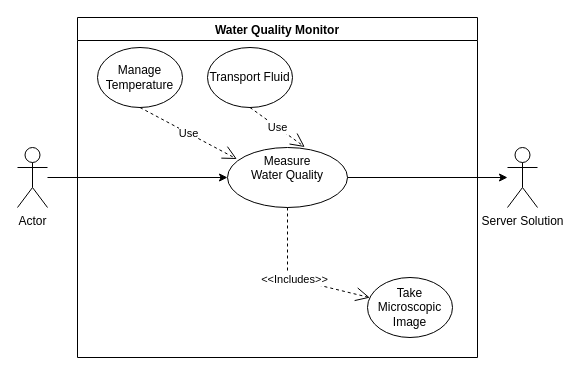
The draw.io diagram Documentation/Use Case Diagram.drawio in Casperdroid5/Water-Quality-Monitor, before the edit. Source tidied: cells renumbered, new cells numbered last; positions are measured from the earlier drawing's top-left corner, leaving out a move shared by most shapes. Both pictures are drawn from the tidied source at 100%, with x=0, y=0 at pixel (17, 17).
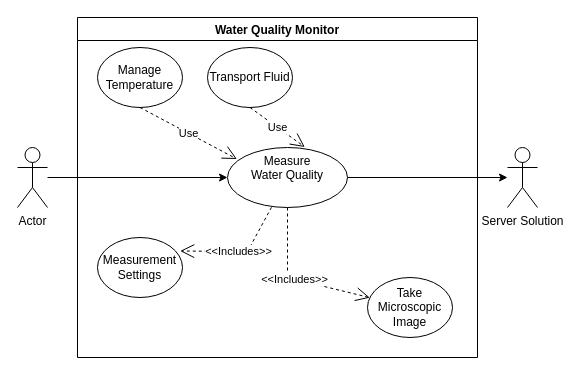
Above is the later version.

What changed in the source:
```diff
@@
 <mxGraphModel>
   <root>
     <mxCell id="0" />
     <mxCell id="1" parent="0" />
     <mxCell id="2" style="edgeStyle=orthogonalEdgeStyle;rounded=0;jettySize=auto;html=1;entryX=0;entryY=0.5;entryDx=0;entryDy=0;" parent="1" edge="1" source="3" target="5">
       <mxGeometry relative="1" as="geometry" />
     </mxCell>
     <mxCell id="3" value="Actor" style="shape=umlActor;verticalLabelPosition=bottom;verticalAlign=top;html=1;outlineConnect=0;" parent="1" vertex="1">
       <mxGeometry y="130" width="30" height="60" as="geometry" />
     </mxCell>
     <mxCell id="4" value="Water Quality Monitor" style="swimlane;" parent="1" vertex="1">
       <mxGeometry x="60" width="400" height="340" as="geometry" />
     </mxCell>
     <mxCell id="5" value="Measure&lt;br&gt;Water Quality" style="ellipse;whiteSpace=wrap;html=1;verticalAlign=top;" parent="4" vertex="1">
       <mxGeometry x="150" y="130" width="120" height="60" as="geometry" />
     </mxCell>
     <mxCell id="6" value="&amp;lt;&amp;lt;Includes&amp;gt;&amp;gt;" style="endArrow=open;endSize=12;dashed=1;html=1;rounded=0;exitX=0.5;exitY=1;exitDx=0;exitDy=0;" parent="4" edge="1" source="5" target="7">
       <mxGeometry relative="1" as="geometry">
         <Array as="points">
           <mxPoint x="210" y="260" />
         </Array>
       </mxGeometry>
     </mxCell>
     <mxCell id="7" value="Take Microscopic Image" style="ellipse;whiteSpace=wrap;html=1;" parent="4" vertex="1">
       <mxGeometry x="290" y="260" width="85" height="60" as="geometry" />
     </mxCell>
     <mxCell id="8" value="Use" style="endArrow=open;endSize=12;dashed=1;html=1;rounded=0;entryX=0.078;entryY=0.192;entryDx=0;entryDy=0;exitX=0.5;exitY=1;exitDx=0;exitDy=0;entryPerimeter=0;" parent="4" edge="1" source="9" target="5">
       <mxGeometry relative="1" as="geometry" />
     </mxCell>
     <mxCell id="9" value="Manage Temperature" style="ellipse;whiteSpace=wrap;html=1;" parent="4" vertex="1">
       <mxGeometry x="20" y="30" width="85" height="60" as="geometry" />
     </mxCell>
     <mxCell id="10" value="Transport Fluid" style="ellipse;whiteSpace=wrap;html=1;" parent="4" vertex="1">
       <mxGeometry x="130" y="30" width="85" height="60" as="geometry" />
     </mxCell>
     <mxCell id="11" value="Use" style="endArrow=open;endSize=12;dashed=1;html=1;rounded=0;exitX=0.5;exitY=1;exitDx=0;exitDy=0;entryX=0.644;entryY=-0.008;entryDx=0;entryDy=0;entryPerimeter=0;" parent="4" edge="1" source="10" target="5">
       <mxGeometry relative="1" as="geometry" />
     </mxCell>
+    <mxCell id="14" value="Measurement Settings" style="ellipse;whiteSpace=wrap;html=1;" parent="4" vertex="1">
+      <mxGeometry x="20" y="220" width="85" height="60" as="geometry" />
+    </mxCell>
+    <mxCell id="15" value="&amp;lt;&amp;lt;Includes&amp;gt;&amp;gt;" style="endArrow=open;endSize=12;dashed=1;html=1;rounded=0;exitX=0.5;exitY=1;exitDx=0;exitDy=0;entryX=0.973;entryY=0.225;entryDx=0;entryDy=0;entryPerimeter=0;" parent="4" edge="1" target="14">
+      <mxGeometry relative="1" as="geometry">
+        <mxPoint x="194" y="189.8" as="sourcePoint" />
+        <Array as="points">
+          <mxPoint x="170" y="234" />
+        </Array>
+      </mxGeometry>
+    </mxCell>
     <mxCell id="12" value="Server Solution" style="shape=umlActor;verticalLabelPosition=bottom;verticalAlign=top;html=1;outlineConnect=0;" parent="1" vertex="1">
       <mxGeometry x="490" y="130" width="30" height="60" as="geometry" />
     </mxCell>
     <mxCell id="13" style="edgeStyle=orthogonalEdgeStyle;rounded=0;jettySize=auto;html=1;" parent="1" edge="1" source="5" target="12">
       <mxGeometry relative="1" as="geometry" />
     </mxCell>
   </root>
 </mxGraphModel>
```
